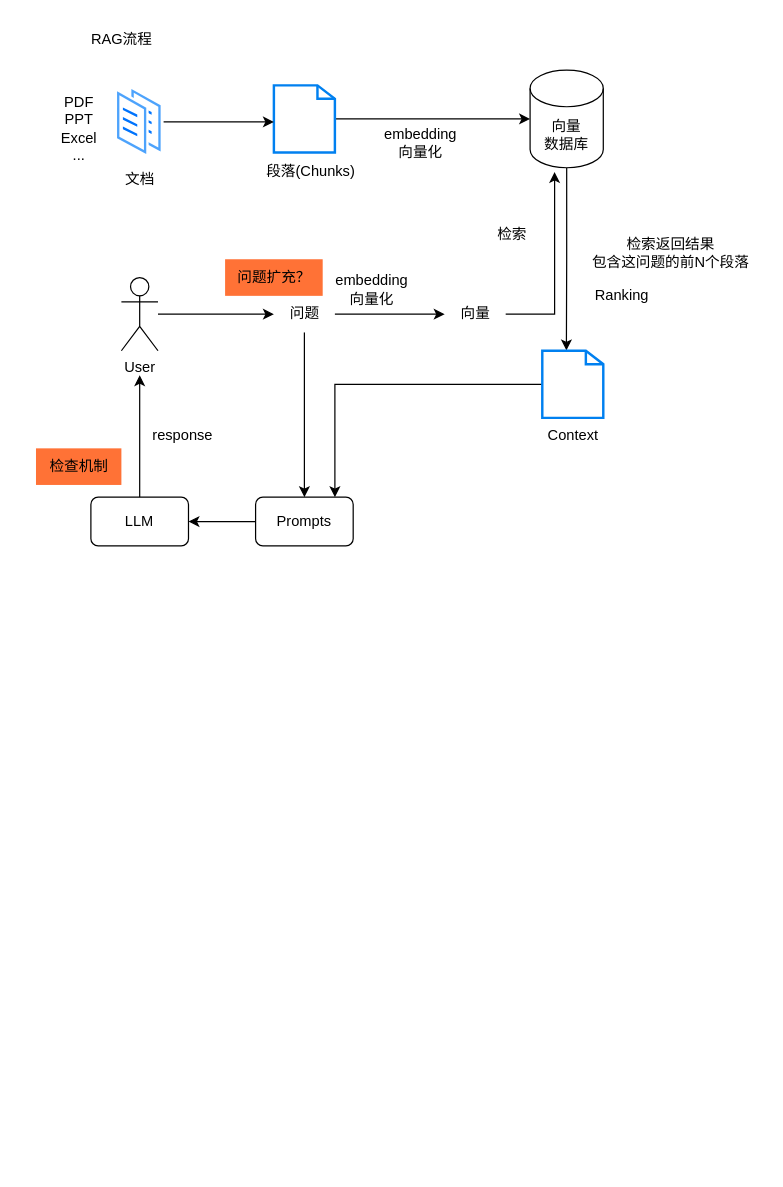
This is page "大模型" (2 of 2) of Untitled Diagram.drawio from jxu86/project-uml, a draw.io file, before an edit. Source tidied: cells renumbered, new cells numbered last; positions are measured from the earlier drawing's top-left corner, leaving out a move shared by most shapes. Both pictures are drawn from the tidied source at 122%, with x=0, y=0 at pixel (35, 21).
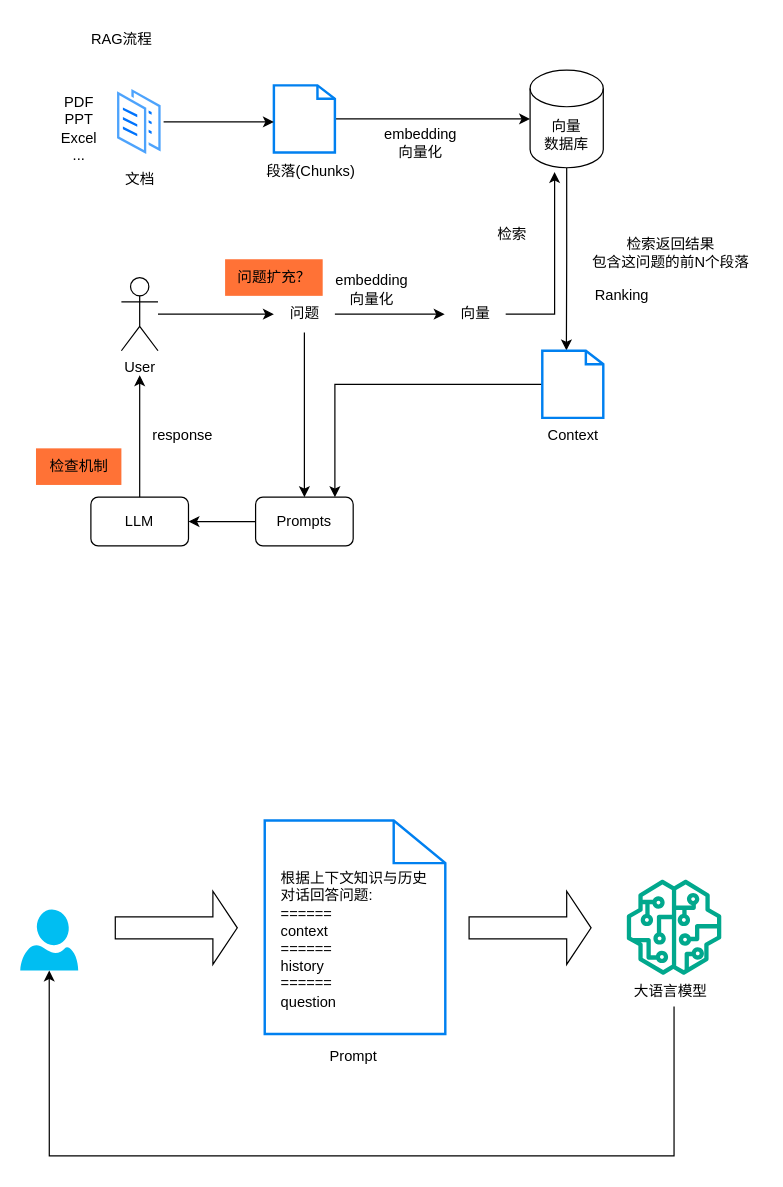
The same page after the edit.

What changed in the source:
```diff
@@
+    <mxCell id="33" style="html=1;verticalLabelPosition=bottom;align=center;labelBackgroundColor=#ffffff;verticalAlign=top;strokeWidth=2;strokeColor=#0080F0;shadow=0;dashed=0;shape=mxgraph.ios7.icons.document;" parent="1" vertex="1">
+      <mxGeometry x="187.5" y="655" width="148" height="175" as="geometry" />
+    </mxCell>
+    <mxCell id="34" value="根据上下文知识与历史对话回答问题:&lt;div&gt;======&lt;/div&gt;&lt;div&gt;context&lt;/div&gt;&lt;div&gt;======&lt;/div&gt;&lt;div&gt;history&lt;/div&gt;&lt;div&gt;======&lt;/div&gt;&lt;div&gt;question&lt;/div&gt;" style="text;html=1;align=left;verticalAlign=middle;whiteSpace=wrap;rounded=0;" parent="1" vertex="1">
+      <mxGeometry x="199" y="691" width="125" height="124" as="geometry" />
+    </mxCell>
+    <mxCell id="35" style="sketch=0;fontColor=#232F3E;gradientColor=none;fillColor=#01A88D;strokeColor=none;dashed=0;verticalLabelPosition=bottom;verticalAlign=top;align=center;html=1;fontSize=12;fontStyle=0;shape=mxgraph.aws4.sagemaker_model;" parent="1" vertex="1">
+      <mxGeometry x="484" y="703.5" width="78" height="78" as="geometry" />
+    </mxCell>
+    <mxCell id="36" value="大语言模型" style="text;html=1;align=center;verticalAlign=middle;points=[];strokeColor=none;fillColor=none;" parent="1" vertex="1">
+      <mxGeometry x="481" y="781.5" width="78" height="26" as="geometry" />
+    </mxCell>
+    <mxCell id="37" style="shape=singleArrow;whiteSpace=wrap;html=1;" parent="1" vertex="1">
+      <mxGeometry x="355" y="713" width="100" height="60" as="geometry" />
+    </mxCell>
+    <mxCell id="38" value="Prompt" style="text;html=1;align=center;verticalAlign=middle;strokeColor=none;fillColor=none;" parent="1" vertex="1">
+      <mxGeometry x="231" y="836" width="57" height="26" as="geometry" />
+    </mxCell>
+    <mxCell id="39" style="verticalLabelPosition=bottom;html=1;verticalAlign=top;align=center;strokeColor=none;fillColor=#00BEF2;shape=mxgraph.azure.user;" parent="1" vertex="1">
+      <mxGeometry x="-12.9" y="728" width="47.5" height="50" as="geometry" />
+    </mxCell>
+    <mxCell id="40" style="shape=singleArrow;whiteSpace=wrap;html=1;" parent="1" vertex="1">
+      <mxGeometry x="65" y="713" width="100" height="60" as="geometry" />
+    </mxCell>
+    <mxCell id="41" style="edgeStyle=orthogonalEdgeStyle;rounded=0;jettySize=auto;html=1;entryX=0.5;entryY=1;entryDx=0;entryDy=0;entryPerimeter=0;" parent="1" edge="1" source="36" target="39">
+      <mxGeometry relative="1" as="geometry">
+        <Array as="points">
+          <mxPoint x="523" y="930" />
+          <mxPoint x="11" y="930" />
+        </Array>
+      </mxGeometry>
+    </mxCell>
```
